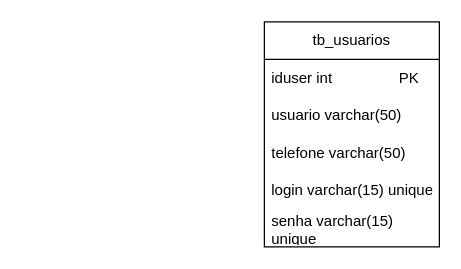
Earlier version of the draw.io diagram data/Diagrama sem nome.drawio (GustavoJannuzzi/Woof-Hub). Source tidied: cells renumbered, new cells numbered last; positions are measured from the earlier drawing's top-left corner, leaving out a move shared by most shapes. Both pictures are drawn from the tidied source at 125%, with x=0, y=0 at pixel (264, 21).
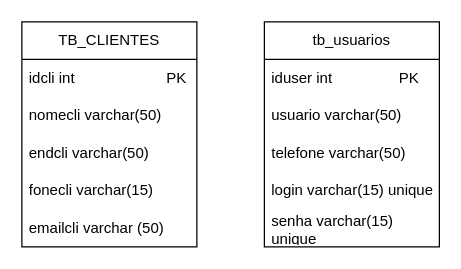
Above is the later version.

What changed in the source:
```diff
@@
 <mxGraphModel>
   <root>
     <mxCell id="0" />
     <mxCell id="1" parent="0" />
     <mxCell id="2" value="tb_usuarios" style="swimlane;fontStyle=0;horizontal=1;startSize=30;whiteSpace=wrap;html=1;" parent="1" vertex="1">
       <mxGeometry width="140" height="180" as="geometry" />
     </mxCell>
     <mxCell id="3" value="iduser int&amp;nbsp; &amp;nbsp; &amp;nbsp; &amp;nbsp; &amp;nbsp; &amp;nbsp; &amp;nbsp; &amp;nbsp; PK" style="text;strokeColor=none;fillColor=none;align=left;verticalAlign=middle;spacingLeft=4;spacingRight=4;overflow=hidden;whiteSpace=wrap;html=1;" parent="2" vertex="1">
       <mxGeometry y="30" width="140" height="30" as="geometry" />
     </mxCell>
     <mxCell id="4" value="usuario varchar(50)" style="text;strokeColor=none;fillColor=none;align=left;verticalAlign=middle;spacingLeft=4;spacingRight=4;overflow=hidden;whiteSpace=wrap;html=1;" parent="2" vertex="1">
       <mxGeometry y="60" width="140" height="30" as="geometry" />
     </mxCell>
     <mxCell id="5" value="telefone varchar(50)" style="text;strokeColor=none;fillColor=none;align=left;verticalAlign=middle;spacingLeft=4;spacingRight=4;overflow=hidden;whiteSpace=wrap;html=1;" parent="2" vertex="1">
       <mxGeometry y="90" width="140" height="30" as="geometry" />
     </mxCell>
     <mxCell id="6" value="login varchar(15) unique" style="text;strokeColor=none;fillColor=none;align=left;verticalAlign=middle;spacingLeft=4;spacingRight=4;overflow=hidden;whiteSpace=wrap;html=1;" parent="2" vertex="1">
       <mxGeometry y="120" width="140" height="30" as="geometry" />
     </mxCell>
     <mxCell id="7" value="senha varchar(15) unique" style="text;strokeColor=none;fillColor=none;align=left;verticalAlign=middle;spacingLeft=4;spacingRight=4;overflow=hidden;whiteSpace=wrap;html=1;" parent="2" vertex="1">
       <mxGeometry y="150" width="140" height="30" as="geometry" />
     </mxCell>
+    <mxCell id="8" value="TB_CLIENTES" style="swimlane;fontStyle=0;horizontal=1;startSize=30;whiteSpace=wrap;html=1;" parent="1" vertex="1">
+      <mxGeometry x="-194" width="140" height="180" as="geometry" />
+    </mxCell>
+    <mxCell id="9" value="idcli int&amp;nbsp; &amp;nbsp; &amp;nbsp; &amp;nbsp; &amp;nbsp; &amp;nbsp; &amp;nbsp; &amp;nbsp; &amp;nbsp; &amp;nbsp; &amp;nbsp; PK" style="text;strokeColor=none;fillColor=none;align=left;verticalAlign=middle;spacingLeft=4;spacingRight=4;overflow=hidden;whiteSpace=wrap;html=1;" parent="8" vertex="1">
+      <mxGeometry y="30" width="140" height="30" as="geometry" />
+    </mxCell>
+    <mxCell id="10" value="nomecli varchar(50)" style="text;strokeColor=none;fillColor=none;align=left;verticalAlign=middle;spacingLeft=4;spacingRight=4;overflow=hidden;whiteSpace=wrap;html=1;" parent="8" vertex="1">
+      <mxGeometry y="60" width="140" height="30" as="geometry" />
+    </mxCell>
+    <mxCell id="11" value="endcli varchar(50)" style="text;strokeColor=none;fillColor=none;align=left;verticalAlign=middle;spacingLeft=4;spacingRight=4;overflow=hidden;whiteSpace=wrap;html=1;" parent="8" vertex="1">
+      <mxGeometry y="90" width="140" height="30" as="geometry" />
+    </mxCell>
+    <mxCell id="12" value="fonecli varchar(15)&amp;nbsp;" style="text;strokeColor=none;fillColor=none;align=left;verticalAlign=middle;spacingLeft=4;spacingRight=4;overflow=hidden;whiteSpace=wrap;html=1;" parent="8" vertex="1">
+      <mxGeometry y="120" width="140" height="30" as="geometry" />
+    </mxCell>
+    <mxCell id="13" value="emailcli varchar (50)" style="text;strokeColor=none;fillColor=none;align=left;verticalAlign=middle;spacingLeft=4;spacingRight=4;overflow=hidden;whiteSpace=wrap;html=1;" parent="8" vertex="1">
+      <mxGeometry y="150" width="140" height="30" as="geometry" />
+    </mxCell>
   </root>
 </mxGraphModel>
```
